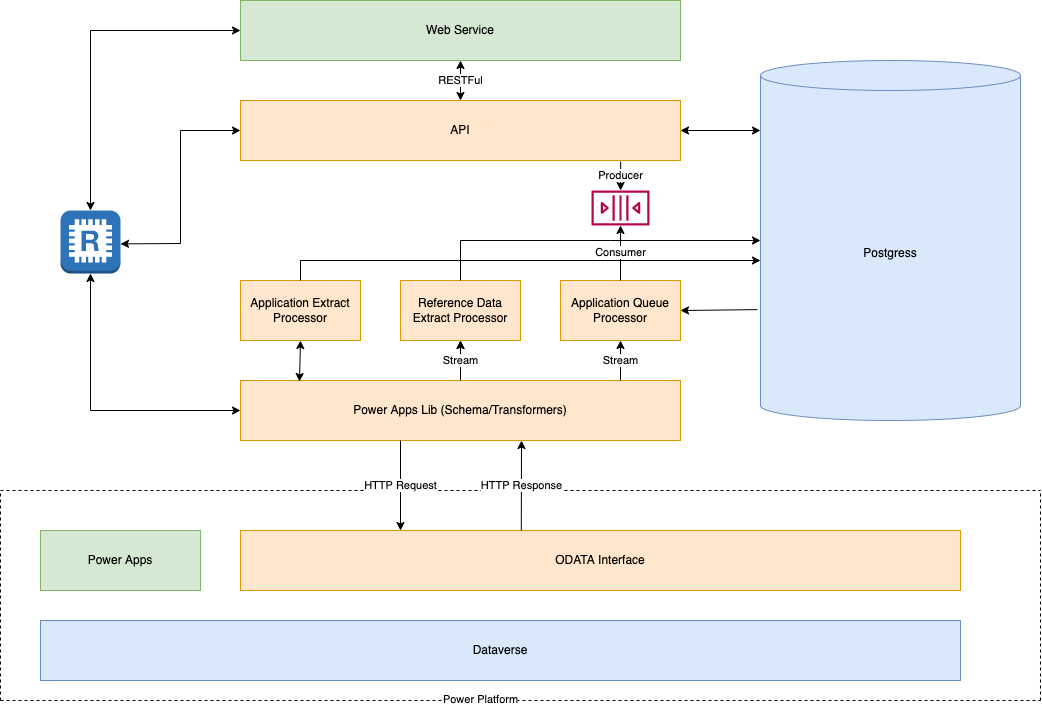
The draw.io diagram wls-system-stack.png in DEFRA/wildlife-licencing, before a commit. Source tidied: cells renumbered, new cells last; positions are measured from the earlier drawing's top-left corner, leaving out a move shared by most shapes.
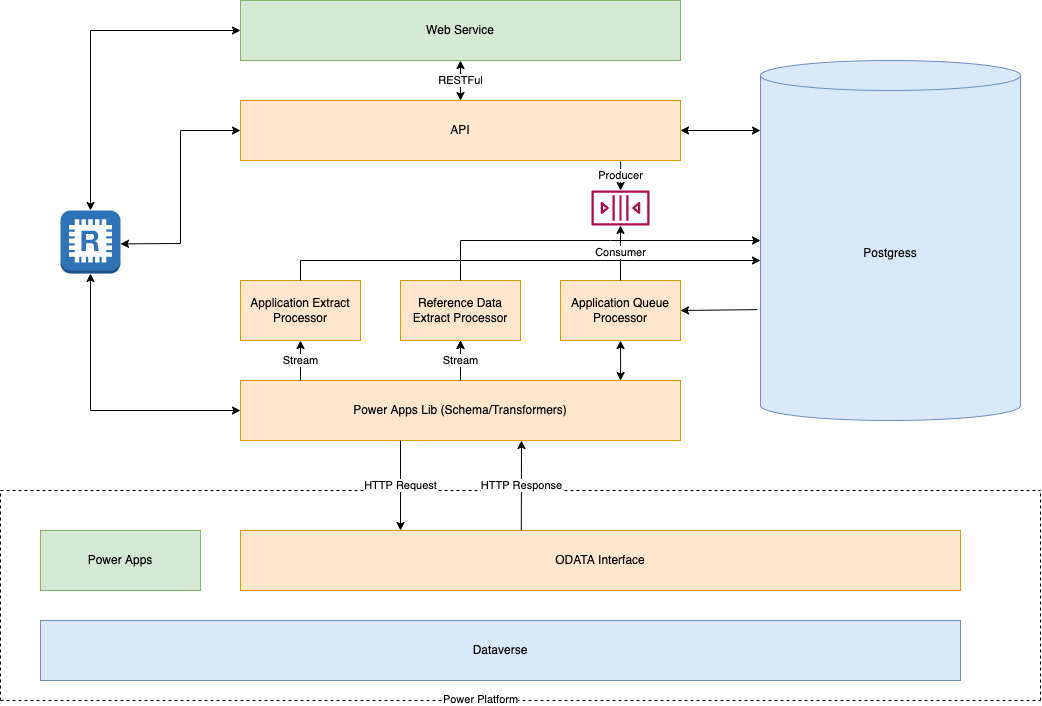
Above is the later version.

What changed in the source:
```diff
@@ -86,12 +86,15 @@
         <mxPoint x="460" y="380" as="sourcePoint" />
       </mxGeometry>
     </mxCell>
-    <mxCell id="22" value="Stream" style="endArrow=classic;html=1;rounded=0;entryX=0.5;entryY=1;entryDx=0;entryDy=0;" parent="1" edge="1" target="12">
+    <mxCell id="22" value="Stream" style="endArrow=classic;html=1;rounded=0;entryX=0.5;entryY=1;entryDx=0;entryDy=0;" parent="1" edge="1" target="13">
       <mxGeometry relative="1" as="geometry">
-        <mxPoint x="620" y="380" as="sourcePoint" />
+        <mxPoint x="300" y="380" as="sourcePoint" />
+        <Array as="points">
+          <mxPoint x="300" y="380" />
+        </Array>
       </mxGeometry>
     </mxCell>
-    <mxCell id="23" style="endArrow=classic;startArrow=classic;html=1;rounded=0;entryX=0.5;entryY=1;entryDx=0;entryDy=0;exitX=0.134;exitY=0.017;exitDx=0;exitDy=0;exitPerimeter=0;" parent="1" edge="1" source="11" target="13">
+    <mxCell id="23" style="endArrow=classic;startArrow=classic;html=1;rounded=0;entryX=0.5;entryY=1;entryDx=0;entryDy=0;exitX=0.864;exitY=0;exitDx=0;exitDy=0;exitPerimeter=0;" parent="1" edge="1" source="11" target="12">
       <mxGeometry relative="1" as="geometry" />
     </mxCell>
     <mxCell id="24" value="HTTP Request" style="endArrow=classic;html=1;rounded=0;" parent="1" edge="1">
```
